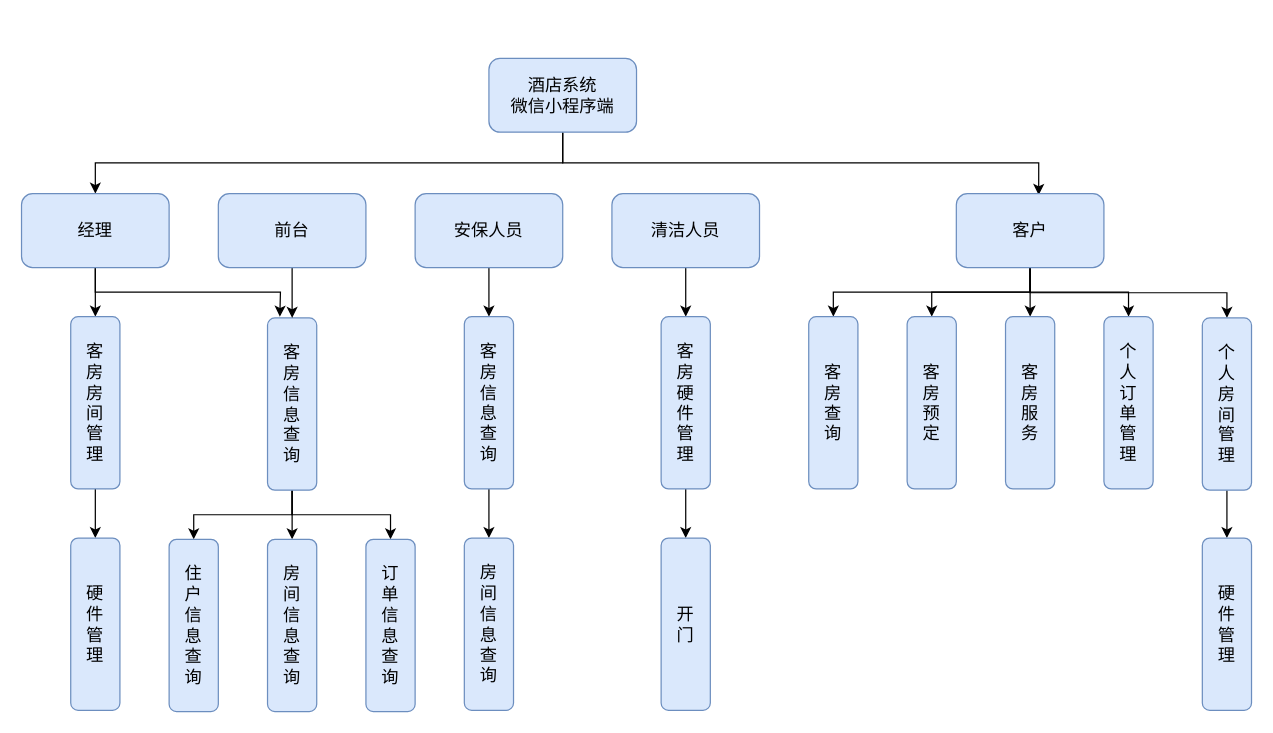
This is docs/src/微信小程序界面层.drawio from AndSonder/smart-hotel-database, a draw.io file, before an edit. Source tidied: cells renumbered, new cells numbered last; positions are measured from the earlier drawing's top-left corner, leaving out a move shared by most shapes. Both pictures are drawn from the tidied source at 123%, with x=0, y=0 at pixel (21, 58).
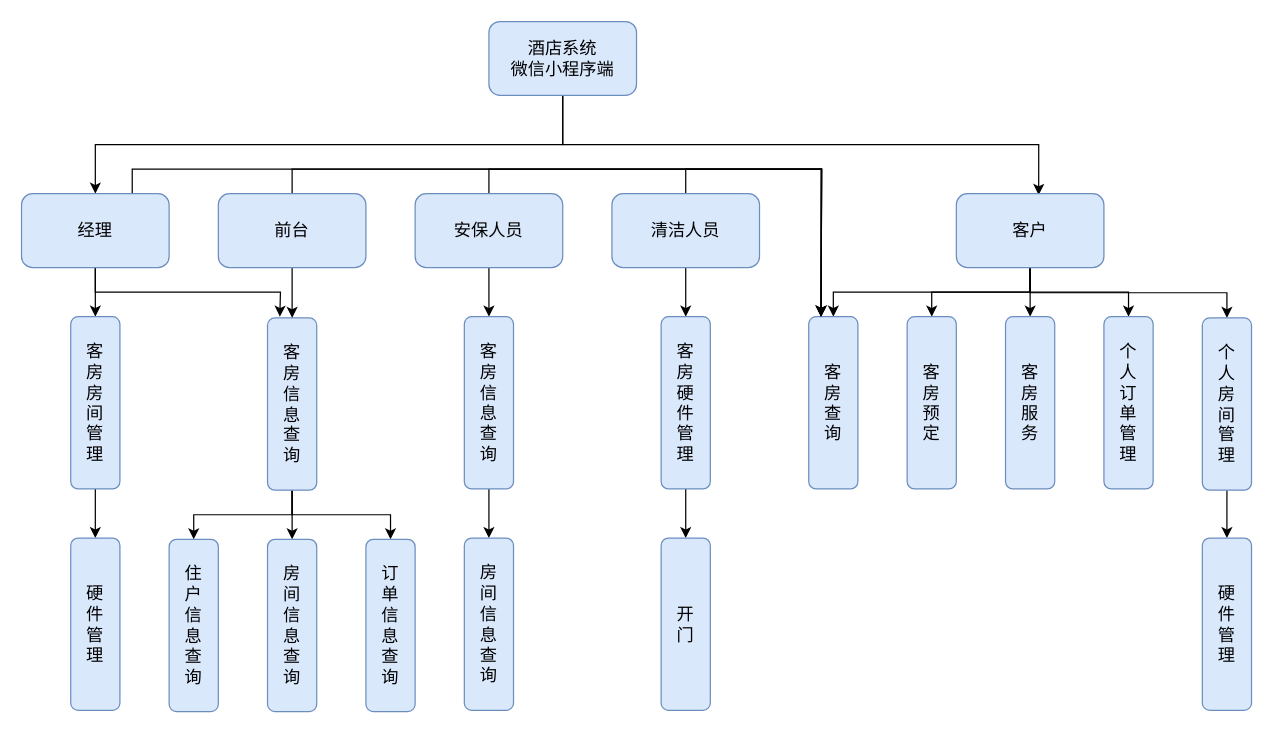
The same diagram, later.

Unchanged cells that the change refers to:
```xml
<mxCell id="7" value="经理" style="rounded=1;whiteSpace=wrap;html=1;fillColor=#dae8fc;strokeColor=#6c8ebf;shadow=0;sketch=0;fontSize=14;" parent="1" vertex="1">
  <mxGeometry y="110" width="120" height="60" as="geometry" />
</mxCell>
<mxCell id="14" value="&lt;span style=&quot;font-size: 14px;&quot;&gt;客&lt;/span&gt;&lt;br style=&quot;font-size: 14px;&quot;&gt;&lt;span style=&quot;font-size: 14px;&quot;&gt;房&lt;/span&gt;&lt;br style=&quot;font-size: 14px;&quot;&gt;&lt;span style=&quot;font-size: 14px;&quot;&gt;查&lt;/span&gt;&lt;br style=&quot;font-size: 14px;&quot;&gt;&lt;span style=&quot;font-size: 14px;&quot;&gt;询&lt;/span&gt;" style="rounded=1;whiteSpace=wrap;html=1;fillColor=#dae8fc;strokeColor=#6c8ebf;shadow=0;sketch=0;fontSize=14;" parent="1" vertex="1">
  <mxGeometry x="640" y="210" width="40" height="140" as="geometry" />
</mxCell>
<mxCell id="32" value="前台" style="rounded=1;whiteSpace=wrap;html=1;fillColor=#dae8fc;strokeColor=#6c8ebf;shadow=0;sketch=0;fontSize=14;" parent="1" vertex="1">
  <mxGeometry x="160" y="110" width="120" height="60" as="geometry" />
</mxCell>
<mxCell id="34" value="安保人员" style="rounded=1;whiteSpace=wrap;html=1;fillColor=#dae8fc;strokeColor=#6c8ebf;shadow=0;sketch=0;fontSize=14;" parent="1" vertex="1">
  <mxGeometry x="320" y="110" width="120" height="60" as="geometry" />
</mxCell>
<mxCell id="36" value="清洁人员" style="rounded=1;whiteSpace=wrap;html=1;fillColor=#dae8fc;strokeColor=#6c8ebf;shadow=0;sketch=0;fontSize=14;" parent="1" vertex="1">
  <mxGeometry x="480" y="110" width="120" height="60" as="geometry" />
</mxCell>
```

The edit, as a diff of the source:
```diff
@@
     <mxCell id="4" value="酒店系统&lt;br style=&quot;font-size: 14px;&quot;&gt;微信小程序端" style="rounded=1;whiteSpace=wrap;html=1;fillColor=#dae8fc;strokeColor=#6c8ebf;shadow=0;glass=0;sketch=0;fontSize=14;" parent="1" vertex="1">
-      <mxGeometry x="380" width="120" height="60" as="geometry" />
+      <mxGeometry x="380" y="-30" width="120" height="60" as="geometry" />
     </mxCell>
@@
+    <mxCell id="43" style="edgeStyle=orthogonalEdgeStyle;rounded=0;jettySize=auto;html=1;exitX=0.75;exitY=0;exitDx=0;exitDy=0;entryX=0.25;entryY=0;entryDx=0;entryDy=0;fontSize=16;" parent="1" edge="1" source="7" target="14">
+      <mxGeometry relative="1" as="geometry" />
+    </mxCell>
@@
+    <mxCell id="44" style="edgeStyle=orthogonalEdgeStyle;rounded=0;jettySize=auto;html=1;exitX=0.5;exitY=0;exitDx=0;exitDy=0;fontSize=16;" parent="1" edge="1" source="32">
+      <mxGeometry relative="1" as="geometry">
+        <mxPoint x="650" y="210" as="targetPoint" />
+      </mxGeometry>
+    </mxCell>
@@
+    <mxCell id="45" style="edgeStyle=orthogonalEdgeStyle;rounded=0;jettySize=auto;html=1;exitX=0.5;exitY=0;exitDx=0;exitDy=0;fontSize=16;" parent="1" edge="1" source="34">
+      <mxGeometry relative="1" as="geometry">
+        <mxPoint x="650" y="210" as="targetPoint" />
+      </mxGeometry>
+    </mxCell>
@@
+    <mxCell id="46" style="edgeStyle=orthogonalEdgeStyle;rounded=0;jettySize=auto;html=1;exitX=0.5;exitY=0;exitDx=0;exitDy=0;fontSize=16;" parent="1" edge="1" source="36">
+      <mxGeometry relative="1" as="geometry">
+        <mxPoint x="650" y="210" as="targetPoint" />
+      </mxGeometry>
+    </mxCell>
```
